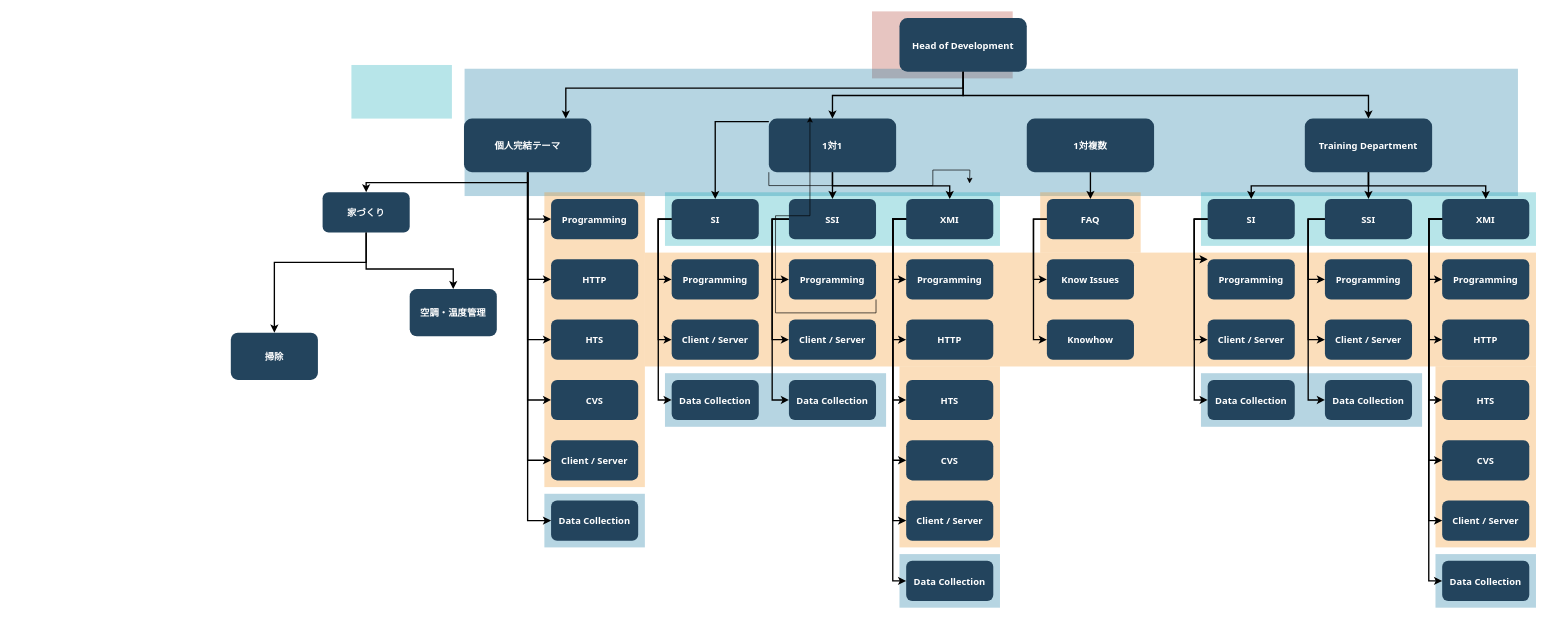
Before: page "Page-1" (1 of 2) of Untitled Diagram.drawio in Obakeya/MapForEssentialLearingTheme, a draw.io diagram. Source tidied: cells renumbered, new cells numbered last; positions are measured from the earlier drawing's top-left corner, leaving out a move shared by most shapes. Both pictures are drawn from the tidied source at 67%, with x=0, y=0 at pixel (230, -395).
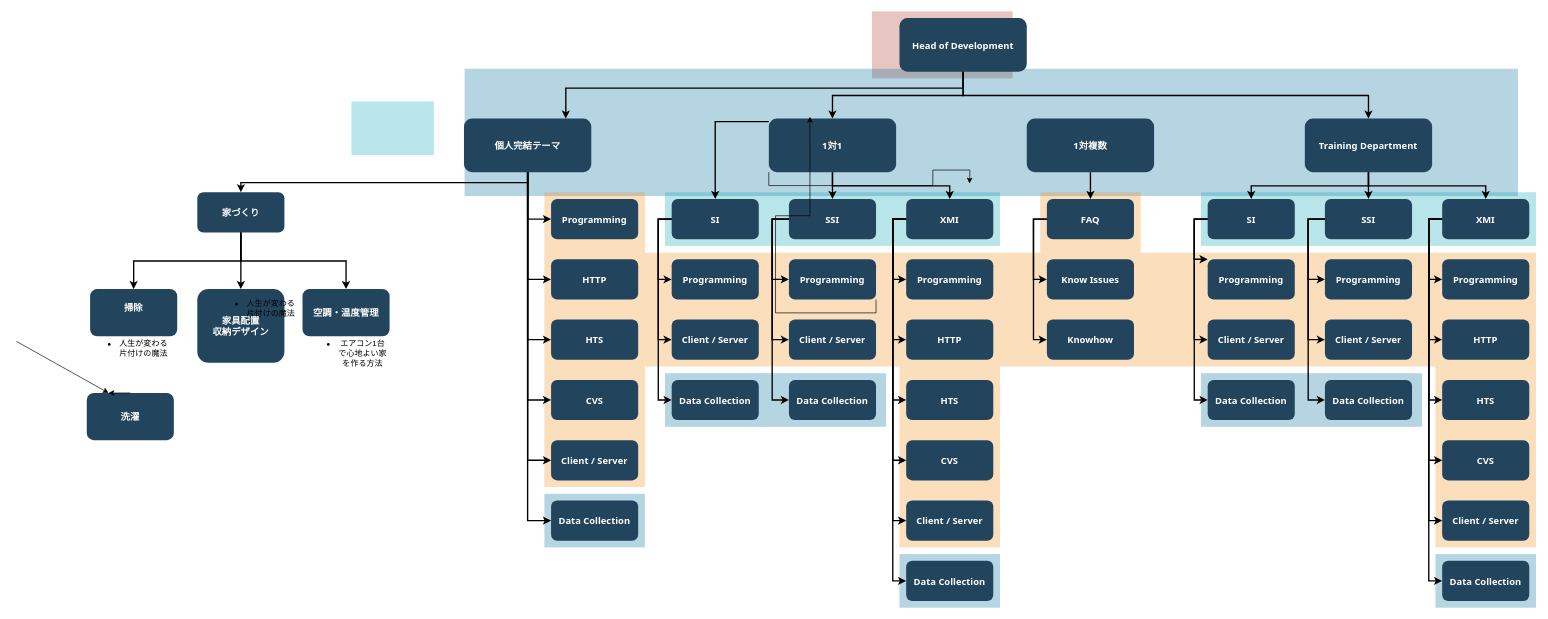
After the change.

The edit, as a diff of the source:
```diff
@@
+    <mxCell id="111" style="endArrow=classic;html=1;entryX=0.25;entryY=0;entryDx=0;entryDy=0;" parent="1" edge="1" target="116">
+      <mxGeometry relative="1" as="geometry">
+        <mxPoint x="-320" y="1098" as="sourcePoint" />
+      </mxGeometry>
+    </mxCell>
@@
     <mxCell id="16" style="fillColor=#12AAB5;strokeColor=none;opacity=30;" parent="1" vertex="1">
-      <mxGeometry x="180" y="685.5" width="150" height="80" as="geometry" />
+      <mxGeometry x="180" y="740" width="123" height="80" as="geometry" />
     </mxCell>
@@
     <mxCell id="24" value="家づくり" style="rounded=1;fillColor=#23445D;gradientColor=none;strokeColor=none;fontColor=#FFFFFF;fontStyle=1;fontFamily=Tahoma;fontSize=14;" parent="1" vertex="1">
-      <mxGeometry x="137" y="875.5" width="130" height="60" as="geometry" />
+      <mxGeometry x="-50" y="875.5" width="130" height="60" as="geometry" />
     </mxCell>
@@
     <mxCell id="107" style="edgeStyle=elbowEdgeStyle;elbow=vertical;rounded=0;strokeWidth=2;exitX=0.5;exitY=1;exitDx=0;exitDy=0;entryX=0.5;entryY=0;entryDx=0;entryDy=0;" parent="1" edge="1" source="24" target="109">
-      <mxGeometry x="8" y="135.5" as="geometry">
-        <Array as="points">
-          <mxPoint x="270" y="990" />
-        </Array>
-      </mxGeometry>
+      <mxGeometry x="-152" y="135.5" as="geometry" />
     </mxCell>
     <mxCell id="108" style="edgeStyle=elbowEdgeStyle;elbow=vertical;rounded=0;strokeWidth=2;exitX=0.5;exitY=1;exitDx=0;exitDy=0;entryX=0.5;entryY=0;entryDx=0;entryDy=0;" parent="1" edge="1" source="24" target="110">
-      <mxGeometry x="18" y="145.5" as="geometry">
-        <Array as="points">
-          <mxPoint x="140" y="980" />
-        </Array>
-      </mxGeometry>
+      <mxGeometry x="-142" y="145.5" as="geometry" />
     </mxCell>
     <mxCell id="109" value="空調・温度管理" style="rounded=1;fillColor=#23445D;gradientColor=none;strokeColor=none;fontColor=#FFFFFF;fontStyle=1;fontFamily=Tahoma;fontSize=14;" parent="1" vertex="1">
-      <mxGeometry x="267" y="1020" width="130" height="70.5" as="geometry" />
+      <mxGeometry x="107" y="1020" width="130" height="70.5" as="geometry" />
     </mxCell>
-    <mxCell id="110" value="掃除" style="rounded=1;fillColor=#23445D;gradientColor=none;strokeColor=none;fontColor=#FFFFFF;fontStyle=1;fontFamily=Tahoma;fontSize=14;" parent="1" vertex="1">
-      <mxGeometry y="1085" width="130" height="70.5" as="geometry" />
+    <mxCell id="110" value="掃除&#10;" style="rounded=1;fillColor=#23445D;gradientColor=none;strokeColor=none;fontColor=#FFFFFF;fontStyle=1;fontFamily=Tahoma;fontSize=14;" parent="1" vertex="1">
+      <mxGeometry x="-210" y="1020" width="130" height="70.5" as="geometry" />
     </mxCell>
+    <mxCell id="112" value="&lt;ul&gt;&lt;li&gt;エアコン1台で心地よい家を作る方法&lt;/li&gt;&lt;/ul&gt;" style="text;strokeColor=none;fillColor=none;html=1;whiteSpace=wrap;verticalAlign=top;overflow=hidden;labelPosition=center;verticalLabelPosition=middle;align=center;" parent="1" vertex="1">
+      <mxGeometry x="117" y="1075.5" width="120" height="80" as="geometry" />
+    </mxCell>
+    <mxCell id="113" value="家具配置&#10;収納デザイン" style="rounded=1;fillColor=#23445D;gradientColor=none;strokeColor=none;fontColor=#FFFFFF;fontStyle=1;fontFamily=Tahoma;fontSize=14;" parent="1" vertex="1">
+      <mxGeometry x="-50" y="1020" width="130" height="110" as="geometry" />
+    </mxCell>
+    <mxCell id="114" style="edgeStyle=elbowEdgeStyle;elbow=vertical;rounded=0;strokeWidth=2;exitX=0.5;exitY=1;exitDx=0;exitDy=0;entryX=0.5;entryY=0;entryDx=0;entryDy=0;" parent="1" edge="1" source="24" target="113">
+      <mxGeometry x="-142" y="145.5" as="geometry" />
+    </mxCell>
+    <mxCell id="115" value="&lt;ul&gt;&lt;li&gt;人生が変わる片付けの魔法&lt;/li&gt;&lt;/ul&gt;" style="text;strokeColor=none;fillColor=none;html=1;whiteSpace=wrap;verticalAlign=top;overflow=hidden;labelPosition=center;verticalLabelPosition=middle;align=center;" parent="1" vertex="1">
+      <mxGeometry x="-20" y="1015.5" width="120" height="79.5" as="geometry" />
+    </mxCell>
+    <mxCell id="116" value="洗濯" style="rounded=1;fillColor=#23445D;gradientColor=none;strokeColor=none;fontStyle=1;fontFamily=Tahoma;fontSize=14;labelBackgroundColor=none;fontColor=#FFFFFF;" parent="1" vertex="1">
+      <mxGeometry x="-215" y="1175" width="130" height="70.5" as="geometry" />
+    </mxCell>
+    <mxCell id="117" style="endArrow=classic;html=1;entryX=0.5;entryY=0;entryDx=0;entryDy=0;" parent="1" edge="1" source="110">
+      <mxGeometry relative="1" as="geometry">
+        <mxPoint x="-80" y="1085" as="targetPoint" />
+      </mxGeometry>
+    </mxCell>
+    <mxCell id="118" value="&lt;ul&gt;&lt;li&gt;人生が変わる片付けの魔法&lt;/li&gt;&lt;/ul&gt;" style="text;strokeColor=none;fillColor=none;html=1;whiteSpace=wrap;verticalAlign=top;overflow=hidden;labelPosition=center;verticalLabelPosition=middle;align=center;" parent="1" vertex="1">
+      <mxGeometry x="-210" y="1075.5" width="120" height="44.5" as="geometry" />
+    </mxCell>
+    <mxCell id="119" style="edgeStyle=orthogonalEdgeStyle;rounded=0;orthogonalLoop=1;jettySize=auto;html=1;exitX=0.5;exitY=0;exitDx=0;exitDy=0;entryX=0.25;entryY=0;entryDx=0;entryDy=0;fontColor=#FFFFFF;" parent="1" edge="1" source="116" target="116">
+      <mxGeometry relative="1" as="geometry" />
+    </mxCell>
```
